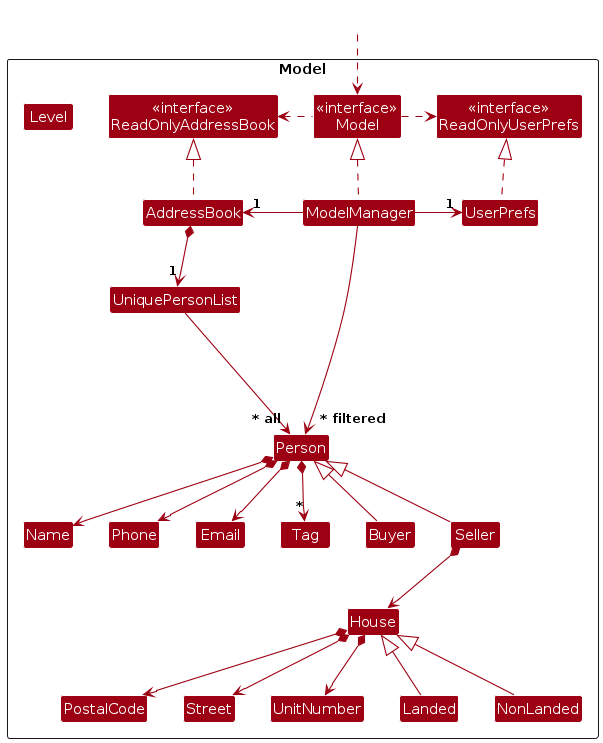
Earlier version of the PlantUML export diagrams/ModelClassDiagram.png (AY2324S2-CS2103-F09-1/tp). Its source is kept beside it as diagrams/ModelClassDiagram.puml.
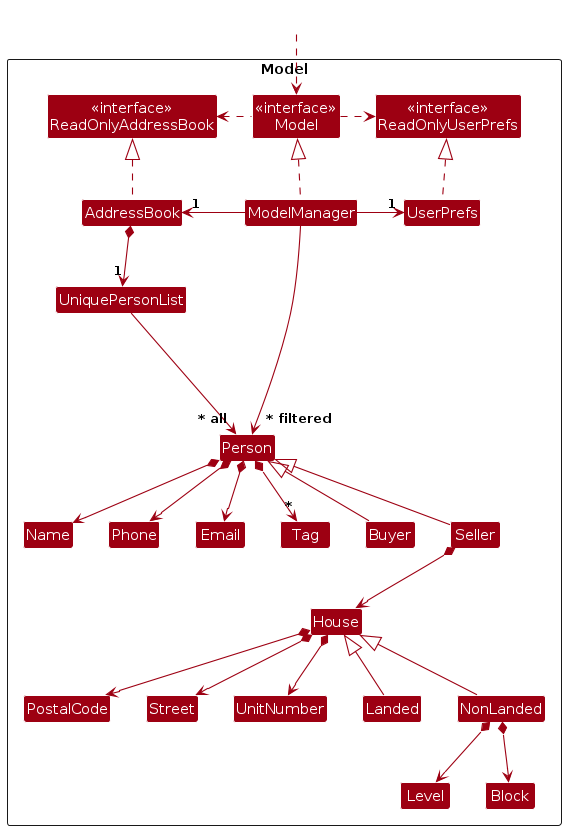
The same file after the commit.

Diff of the diagram source:
```diff
@@ -22,6 +22,7 @@
 Class Street
 Class Level
 Class UnitNumber
+Class Block
 Class Buyer extends Person
 Class Seller extends Person
 Class House
@@ -53,6 +54,8 @@
 House *--> UnitNumber
 House *--> Street
 Seller *--> House
+NonLanded *--> Block
+NonLanded *--> Level
 
 
 
```
